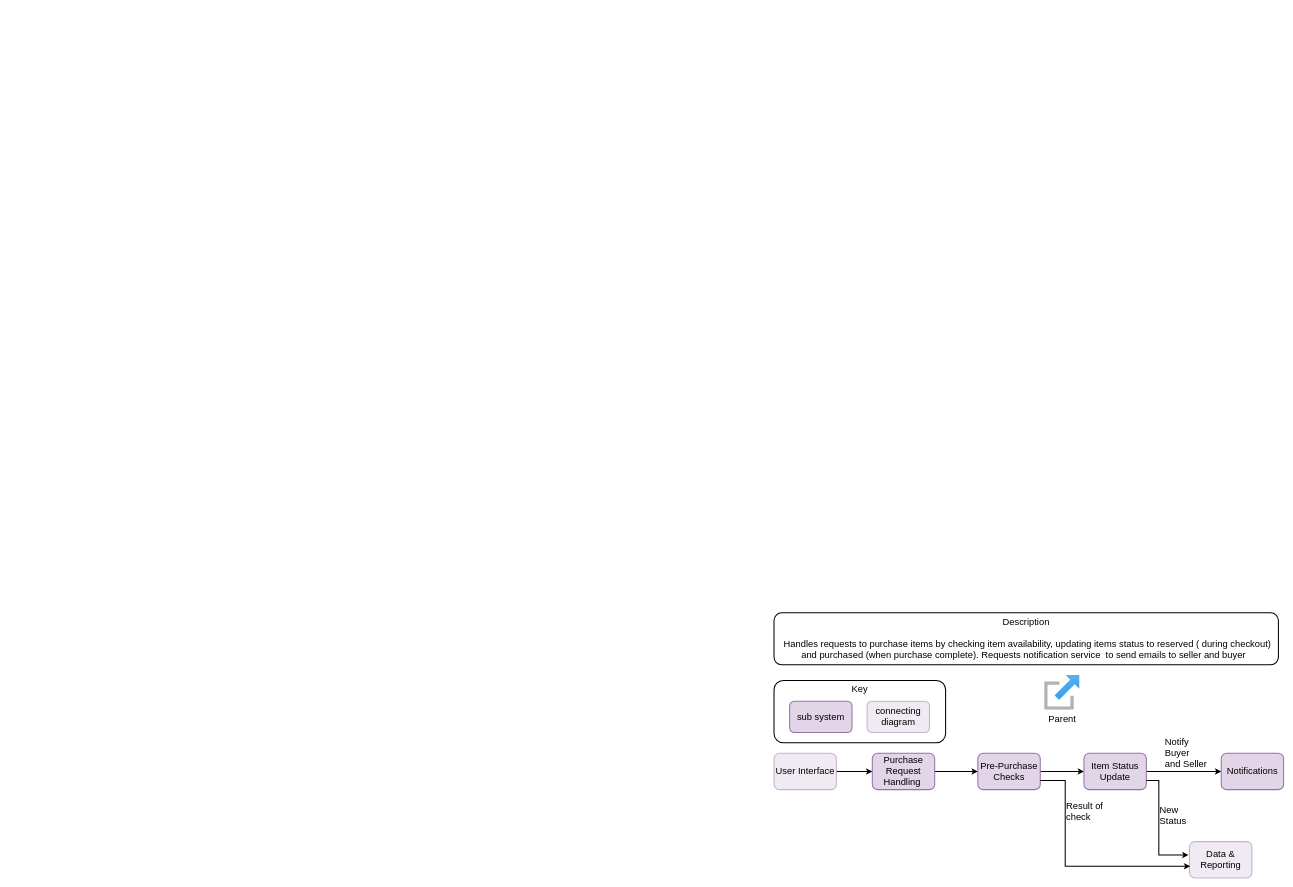
Above: sample-diagrams/diagrams/PurchaseProcessing/PurchaseProcessing.drawio in judewood/system-diagrams-demo (draw.io), before the change. Source tidied: cells renumbered, new cells numbered last; positions are measured from the earlier drawing's top-left corner, leaving out a move shared by most shapes. Both pictures are drawn from the tidied source at 52%, with x=0, y=0 at pixel (774, 613).
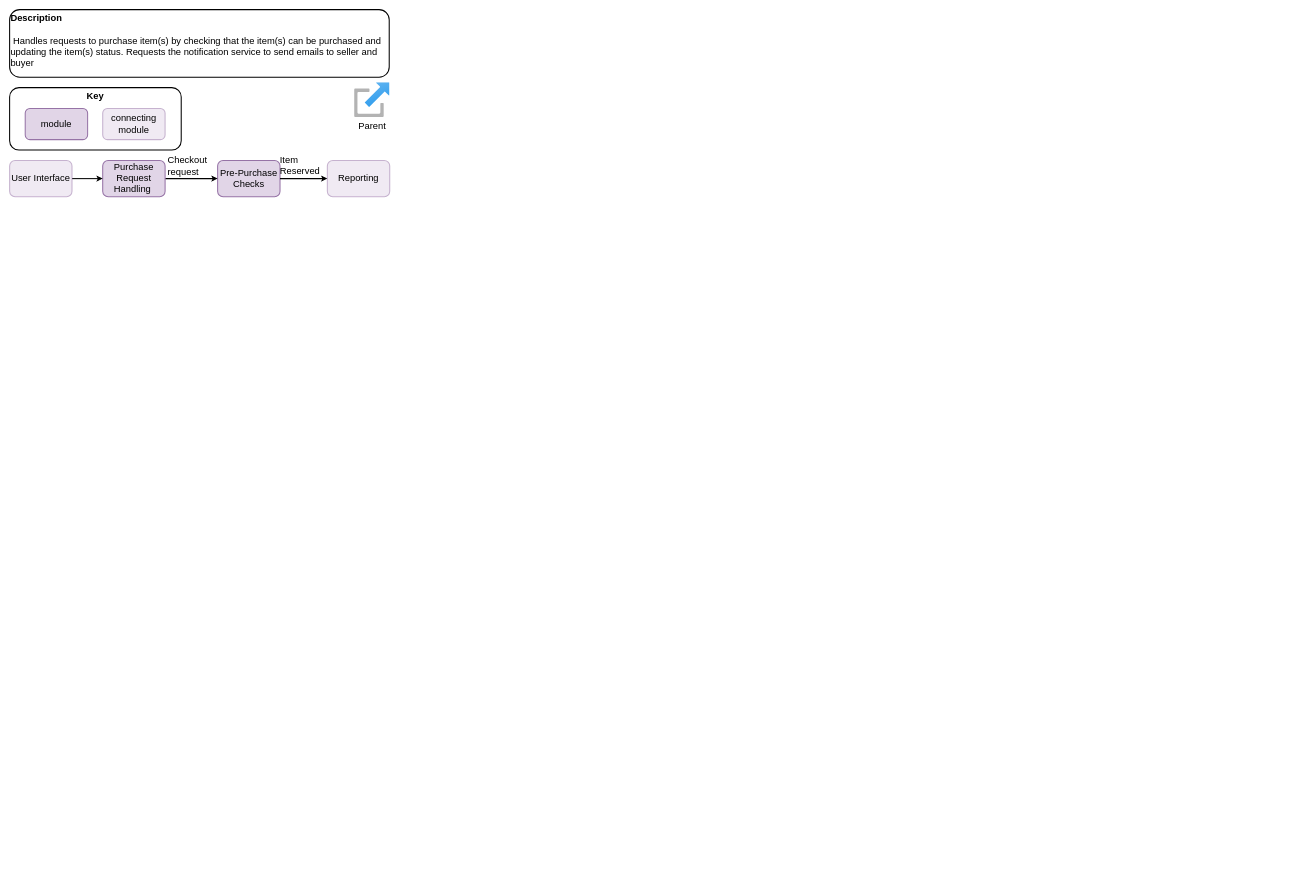
Above is the later version.

The change refers to these unchanged cells:
```xml
<mxCell id="7" style="edgeStyle=orthogonalEdgeStyle;rounded=0;jettySize=auto;html=1;flowAnimation=0;strokeWidth=2;fontSize=18;labelBackgroundColor=none;" parent="1" edge="1" source="8" target="5">
  <mxGeometry relative="1" as="geometry" />
</mxCell>
```

Diff of the diagram source:
```diff
@@
-    <mxCell id="2" value="Key" style="rounded=1;whiteSpace=wrap;html=1;labelPosition=center;verticalLabelPosition=middle;align=center;verticalAlign=top;fontSize=18;strokeWidth=2;labelBackgroundColor=none;" parent="1" vertex="1">
-      <mxGeometry y="130" width="330" height="120" as="geometry" />
+    <mxCell id="2" value="&lt;b&gt;Key&lt;/b&gt;" style="rounded=1;whiteSpace=wrap;html=1;labelPosition=center;verticalLabelPosition=middle;align=center;verticalAlign=top;fontSize=18;strokeWidth=2;labelBackgroundColor=none;" parent="1" vertex="1">
+      <mxGeometry x="-1470" y="-1010" width="330" height="120" as="geometry" />
     </mxCell>
-    <mxCell id="3" value="sub system" style="rounded=1;whiteSpace=wrap;html=1;fillColor=#e1d5e7;strokeColor=#9673a6;fontSize=18;strokeWidth=2;labelBackgroundColor=none;" parent="1" vertex="1">
-      <mxGeometry x="30" y="170" width="120" height="60" as="geometry" />
+    <mxCell id="3" value="module" style="rounded=1;whiteSpace=wrap;html=1;fillColor=#e1d5e7;strokeColor=#9673a6;fontSize=18;strokeWidth=2;labelBackgroundColor=none;" parent="1" vertex="1">
+      <mxGeometry x="-1440" y="-970" width="120" height="60" as="geometry" />
     </mxCell>
-    <mxCell id="4" style="edgeStyle=orthogonalEdgeStyle;rounded=0;jettySize=auto;html=1;entryX=0;entryY=0.5;entryDx=0;entryDy=0;flowAnimation=0;strokeWidth=2;fontSize=18;labelBackgroundColor=none;" parent="1" edge="1" source="5" target="11">
-      <mxGeometry relative="1" as="geometry" />
-    </mxCell>
     <mxCell id="5" value="Pre-Purchase Checks" style="rounded=1;whiteSpace=wrap;html=1;fillColor=#e1d5e7;strokeColor=#9673a6;fontSize=18;strokeWidth=2;labelBackgroundColor=none;" parent="1" vertex="1">
-      <mxGeometry x="392" y="270" width="120" height="70" as="geometry" />
+      <mxGeometry x="-1070" y="-870" width="120" height="70" as="geometry" />
     </mxCell>
-    <mxCell id="6" value="Notifications" style="rounded=1;whiteSpace=wrap;html=1;fillColor=#e1d5e7;strokeColor=#9673a6;fontSize=18;strokeWidth=2;labelBackgroundColor=none;" parent="1" vertex="1">
-      <mxGeometry x="860" y="270" width="120" height="70" as="geometry" />
-    </mxCell>
@@
+    <mxCell id="21" value="Checkout&amp;nbsp;&lt;div style=&quot;font-size: 18px;&quot;&gt;request&lt;/div&gt;" style="edgeLabel;html=1;align=left;verticalAlign=middle;fontSize=18;labelBackgroundColor=none;" parent="7" vertex="1">
+      <mxGeometry x="0.01" y="1" relative="1" as="geometry">
+        <mxPoint x="-48" y="-24" as="offset" />
+      </mxGeometry>
+    </mxCell>
     <mxCell id="8" value="Purchase Request Handling&amp;nbsp;" style="rounded=1;whiteSpace=wrap;html=1;fillColor=#e1d5e7;strokeColor=#9673a6;fontSize=18;strokeWidth=2;labelBackgroundColor=none;" parent="1" vertex="1">
-      <mxGeometry x="189" y="270" width="120" height="70" as="geometry" />
+      <mxGeometry x="-1291" y="-870" width="120" height="70" as="geometry" />
     </mxCell>
     <mxCell id="9" value="Parent" style="image;html=1;align=center;fontSize=18;image=img/lib/azure2/general/Launch_Portal.svg;labelBackgroundColor=none;imageBackground=default;strokeWidth=2;" parent="1" vertex="1">
-      <mxGeometry x="520" y="120" width="68" height="67" as="geometry" />
+      <mxGeometry x="-807" y="-1020" width="68" height="67" as="geometry" />
     </mxCell>
-    <mxCell id="10" value="Notify&amp;nbsp;&lt;div&gt;Buyer&amp;nbsp;&lt;/div&gt;&lt;div style=&quot;&quot;&gt;and Seller&lt;/div&gt;" style="edgeStyle=orthogonalEdgeStyle;rounded=0;jettySize=auto;html=1;strokeWidth=2;labelBackgroundColor=none;fontSize=18;align=left;" parent="1" edge="1" source="11" target="6">
-      <mxGeometry x="-0.53" y="35" relative="1" as="geometry" />
-    </mxCell>
-    <mxCell id="11" value="Item Status Update" style="rounded=1;whiteSpace=wrap;html=1;fillColor=#e1d5e7;strokeColor=#9673a6;fontSize=18;strokeWidth=2;labelBackgroundColor=none;" parent="1" vertex="1">
-      <mxGeometry x="596" y="270" width="120" height="70" as="geometry" />
-    </mxCell>
@@
     <mxCell id="13" value="User Interface" style="rounded=1;whiteSpace=wrap;html=1;fillColor=#e1d5e7;strokeColor=#9673a6;fontSize=18;strokeWidth=2;labelBackgroundColor=none;fillStyle=auto;opacity=50;" parent="1" vertex="1">
-      <mxGeometry y="270" width="120" height="70" as="geometry" />
+      <mxGeometry x="-1470" y="-870" width="120" height="70" as="geometry" />
     </mxCell>
-    <mxCell id="14" value="&lt;div style=&quot;font-size: 18px;&quot;&gt;Data &amp;amp;&lt;/div&gt;Reporting" style="rounded=1;whiteSpace=wrap;html=1;fillColor=#e1d5e7;strokeColor=#9673a6;fontSize=18;strokeWidth=2;labelBackgroundColor=none;opacity=50;" parent="1" vertex="1">
-      <mxGeometry x="799" y="440" width="120" height="70" as="geometry" />
+    <mxCell id="14" value="Reporting&lt;div style=&quot;font-size: 18px;&quot;&gt;&lt;/div&gt;" style="rounded=1;whiteSpace=wrap;html=1;fillColor=#e1d5e7;strokeColor=#9673a6;fontSize=18;strokeWidth=2;labelBackgroundColor=none;opacity=50;" parent="1" vertex="1">
+      <mxGeometry x="-859" y="-870" width="120" height="70" as="geometry" />
     </mxCell>
-    <mxCell id="15" style="edgeStyle=orthogonalEdgeStyle;rounded=0;jettySize=auto;html=1;entryX=-0.017;entryY=0.369;entryDx=0;entryDy=0;entryPerimeter=0;strokeWidth=2;exitX=1;exitY=0.75;exitDx=0;exitDy=0;labelBackgroundColor=none;fontSize=18;align=left;" parent="1" edge="1" source="11" target="14">
-      <mxGeometry relative="1" as="geometry">
-        <Array as="points">
-          <mxPoint x="740" y="323" />
-          <mxPoint x="740" y="466" />
-        </Array>
-      </mxGeometry>
-    </mxCell>
-    <mxCell id="16" value="New&amp;nbsp;&lt;div&gt;Status&lt;/div&gt;" style="edgeLabel;html=1;align=left;verticalAlign=middle;labelBackgroundColor=none;fontSize=18;" parent="15" vertex="1">
-      <mxGeometry x="-0.15" relative="1" as="geometry">
-        <mxPoint y="-4" as="offset" />
-      </mxGeometry>
-    </mxCell>
-    <mxCell id="17" style="edgeStyle=orthogonalEdgeStyle;rounded=0;jettySize=auto;html=1;entryX=0.011;entryY=0.679;entryDx=0;entryDy=0;entryPerimeter=0;strokeWidth=2;exitX=1;exitY=0.75;exitDx=0;exitDy=0;labelBackgroundColor=none;fontSize=18;" parent="1" edge="1" source="5" target="14">
-      <mxGeometry relative="1" as="geometry">
-        <Array as="points">
-          <mxPoint x="560" y="323" />
-          <mxPoint x="560" y="488" />
-        </Array>
-      </mxGeometry>
+    <mxCell id="17" style="edgeStyle=orthogonalEdgeStyle;rounded=0;jettySize=auto;html=1;strokeWidth=2;exitX=1;exitY=0.5;exitDx=0;exitDy=0;labelBackgroundColor=none;fontSize=18;entryX=0;entryY=0.5;entryDx=0;entryDy=0;" parent="1" edge="1" source="5" target="14">
+      <mxGeometry relative="1" as="geometry" />
     </mxCell>
-    <mxCell id="18" value="&lt;div&gt;Result of&amp;nbsp;&lt;/div&gt;&lt;div&gt;check&lt;/div&gt;" style="edgeLabel;html=1;align=left;verticalAlign=middle;labelBackgroundColor=none;fontSize=18;" parent="17" vertex="1">
+    <mxCell id="18" value="&lt;div style=&quot;font-size: 18px;&quot;&gt;Item&lt;/div&gt;&lt;div style=&quot;font-size: 18px;&quot;&gt;Reserved&amp;nbsp;&lt;/div&gt;&lt;div style=&quot;font-size: 18px;&quot;&gt;&lt;br&gt;&lt;/div&gt;" style="edgeLabel;html=1;align=left;verticalAlign=middle;labelBackgroundColor=none;fontSize=18;" parent="17" vertex="1">
       <mxGeometry x="-0.43" y="-4" relative="1" as="geometry">
-        <mxPoint x="4" y="-22" as="offset" />
+        <mxPoint x="-28" y="-19" as="offset" />
       </mxGeometry>
     </mxCell>
-    <mxCell id="19" value="connecting diagram" style="rounded=1;whiteSpace=wrap;html=1;fillColor=#e1d5e7;strokeColor=#9673a6;fontSize=18;strokeWidth=2;labelBackgroundColor=none;fillStyle=auto;opacity=50;" parent="1" vertex="1">
-      <mxGeometry x="179" y="170" width="120" height="60" as="geometry" />
+    <mxCell id="19" value="connecting module" style="rounded=1;whiteSpace=wrap;html=1;fillColor=#e1d5e7;strokeColor=#9673a6;fontSize=18;strokeWidth=2;labelBackgroundColor=none;fillStyle=auto;opacity=50;" parent="1" vertex="1">
+      <mxGeometry x="-1291" y="-970" width="120" height="60" as="geometry" />
     </mxCell>
-    <mxCell id="20" value="Description&lt;div&gt;&lt;br&gt;&lt;div&gt;&amp;nbsp;Handles requests to purchase items by checking item availability, updating items status to reserved ( during checkout) and purchased (when purchase complete). Requests notification service&amp;nbsp; to send emails to seller and buyer&amp;nbsp;&amp;nbsp;&lt;/div&gt;&lt;/div&gt;" style="rounded=1;whiteSpace=wrap;html=1;labelPosition=center;verticalLabelPosition=middle;align=center;verticalAlign=top;fontSize=18;labelBackgroundColor=none;strokeWidth=2;" parent="1" vertex="1">
-      <mxGeometry width="970" height="100" as="geometry" />
+    <mxCell id="20" value="&lt;b&gt;Description&lt;/b&gt;&lt;div&gt;&lt;br&gt;&lt;div&gt;&amp;nbsp;Handles requests to purchase item(s) by checking that the item(s) can be purchased and&amp;nbsp; updating the item(s) status. Requests the notification service to send emails to seller and buyer&amp;nbsp;&amp;nbsp;&lt;/div&gt;&lt;/div&gt;" style="rounded=1;whiteSpace=wrap;html=1;labelPosition=center;verticalLabelPosition=middle;align=left;verticalAlign=top;fontSize=18;labelBackgroundColor=none;strokeWidth=2;" parent="1" vertex="1">
+      <mxGeometry x="-1470" y="-1160" width="730" height="130" as="geometry" />
     </mxCell>
```
